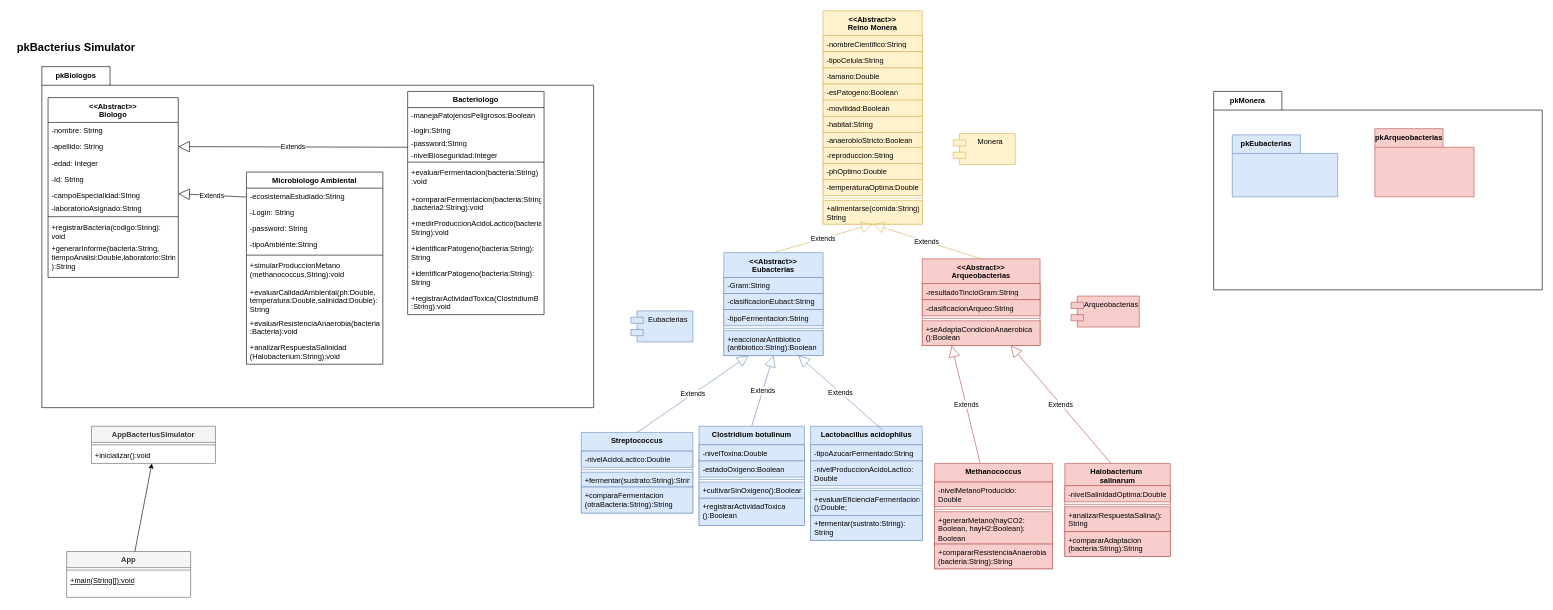
Above: Design/ClassDiagrama.drawio in C-b4s/GrupoCinco_ReinoMonera (draw.io), before the change. Source tidied: cells renumbered, new cells numbered last; positions are measured from the earlier drawing's top-left corner, leaving out a move shared by most shapes. Both pictures are drawn from the tidied source at 62%, with x=0, y=0 at pixel (11, 11).
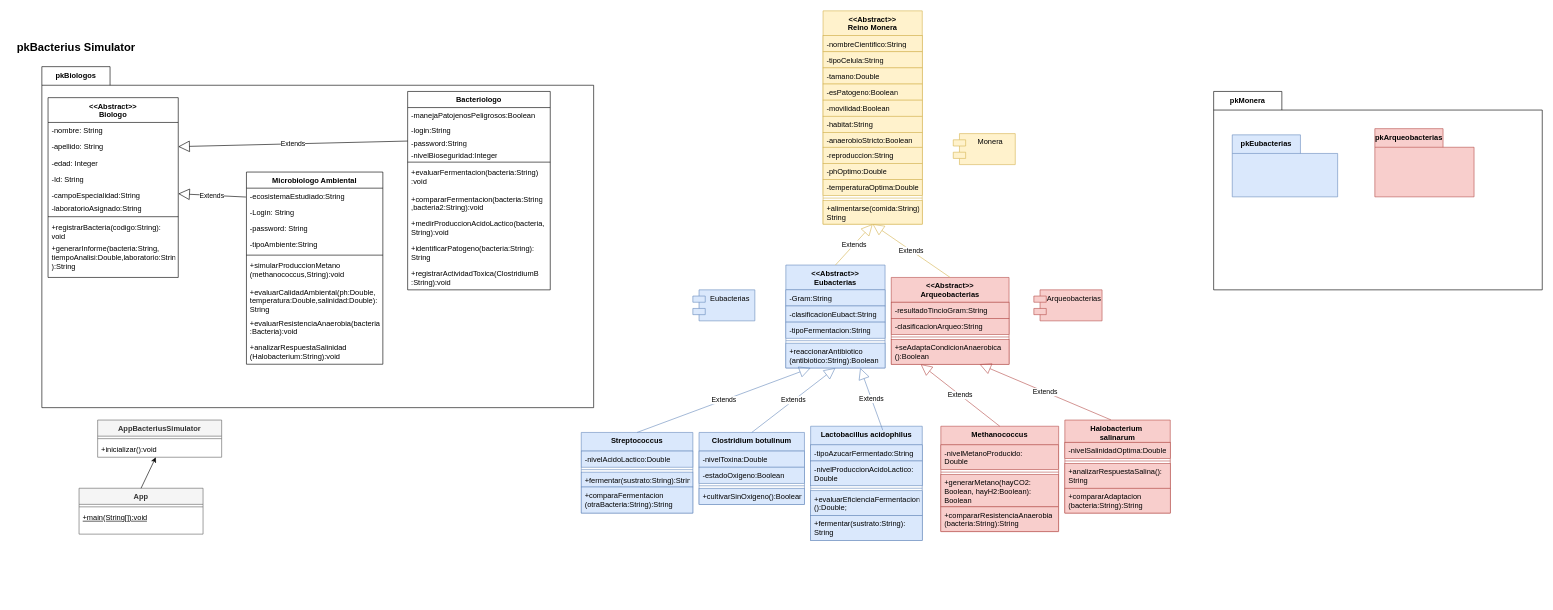
The same page after the edit.

Unchanged cells that the change refers to:
```xml
<mxCell id="2" value="pkBiologos" style="shape=folder;fontStyle=1;tabWidth=110;tabHeight=30;tabPosition=left;html=1;boundedLbl=1;labelInHeader=1;whiteSpace=wrap;" parent="1" vertex="1">
  <mxGeometry x="50" y="90" width="890" height="550" as="geometry" />
</mxCell>
<mxCell id="39" value="+inicializar():void" style="text;strokeColor=none;fillColor=none;align=left;verticalAlign=top;spacingLeft=4;spacingRight=4;overflow=hidden;points=[[0,0.5],[1,0.5]];portConstraint=eastwest;whiteSpace=wrap;html=1;" parent="37" vertex="1">
  <mxGeometry y="34" width="200" height="26" as="geometry" />
</mxCell>
```

What changed in the source:
```diff
@@
     <mxCell id="3" value="Bacteriologo" style="swimlane;fontStyle=1;align=center;verticalAlign=top;horizontal=1;startSize=26;whiteSpace=wrap;html=1;" parent="2" vertex="1">
-      <mxGeometry x="590" y="40" width="220" height="360" as="geometry" />
+      <mxGeometry x="590" y="40" width="230" height="320" as="geometry" />
     </mxCell>
     <mxCell id="4" value="-manejaPatojenosPeligrosos:Boolean&lt;div&gt;&lt;br&gt;&lt;/div&gt;" style="text;strokeColor=none;fillColor=none;align=left;verticalAlign=top;spacingLeft=4;spacingRight=4;overflow=hidden;whiteSpace=wrap;html=1;" parent="3" vertex="1">
-      <mxGeometry y="26" width="220" height="24" as="geometry" />
+      <mxGeometry y="26" width="230" height="24" as="geometry" />
     </mxCell>
     <mxCell id="5" value="&lt;span style=&quot;color: rgb(0, 0, 0);&quot;&gt;-login:String&lt;/span&gt;" style="text;strokeColor=none;fillColor=none;align=left;verticalAlign=top;spacingLeft=4;spacingRight=4;overflow=hidden;whiteSpace=wrap;html=1;" parent="3" vertex="1">
-      <mxGeometry y="50" width="220" height="20" as="geometry" />
+      <mxGeometry y="50" width="230" height="20" as="geometry" />
     </mxCell>
     <mxCell id="6" value="&lt;span style=&quot;color: rgb(0, 0, 0);&quot;&gt;-password:String&lt;/span&gt;" style="text;strokeColor=none;fillColor=none;align=left;verticalAlign=top;spacingLeft=4;spacingRight=4;overflow=hidden;whiteSpace=wrap;html=1;" parent="3" vertex="1">
-      <mxGeometry y="70" width="220" height="20" as="geometry" />
+      <mxGeometry y="70" width="230" height="20" as="geometry" />
     </mxCell>
     <mxCell id="7" value="&lt;span style=&quot;color: rgb(0, 0, 0);&quot;&gt;-nivelBioseguridad:Integer&lt;/span&gt;" style="text;strokeColor=none;fillColor=none;align=left;verticalAlign=top;spacingLeft=4;spacingRight=4;overflow=hidden;whiteSpace=wrap;html=1;" parent="3" vertex="1">
-      <mxGeometry y="90" width="220" height="20" as="geometry" />
+      <mxGeometry y="90" width="230" height="20" as="geometry" />
     </mxCell>
     <mxCell id="8" style="line;strokeWidth=1;fillColor=none;align=left;verticalAlign=middle;spacingTop=-1;spacingLeft=3;spacingRight=3;labelPosition=right;strokeColor=inherit;" parent="3" vertex="1">
-      <mxGeometry y="110" width="220" height="8" as="geometry" />
+      <mxGeometry y="110" width="230" height="8" as="geometry" />
     </mxCell>
     <mxCell id="9" value="+evaluarFermentacion(bacteria:String)&lt;br&gt;:void&lt;div&gt;&lt;/div&gt;" style="text;strokeColor=none;fillColor=none;align=left;verticalAlign=top;spacingLeft=4;spacingRight=4;overflow=hidden;whiteSpace=wrap;html=1;" parent="3" vertex="1">
-      <mxGeometry y="118" width="220" height="42" as="geometry" />
+      <mxGeometry y="118" width="230" height="42" as="geometry" />
     </mxCell>
     <mxCell id="10" value="+compararFermentacion(bacteria:String&lt;br&gt;,bacteria2:String):void" style="text;strokeColor=none;fillColor=none;align=left;verticalAlign=top;spacingLeft=4;spacingRight=4;overflow=hidden;whiteSpace=wrap;html=1;" parent="3" vertex="1">
-      <mxGeometry y="160" width="220" height="40" as="geometry" />
+      <mxGeometry y="160" width="230" height="40" as="geometry" />
     </mxCell>
     <mxCell id="11" value="+medirProduccionAcidoLactico(bacteria,&lt;br&gt;String):void" style="text;strokeColor=none;fillColor=none;align=left;verticalAlign=top;spacingLeft=4;spacingRight=4;overflow=hidden;whiteSpace=wrap;html=1;" parent="3" vertex="1">
-      <mxGeometry y="200" width="220" height="40" as="geometry" />
+      <mxGeometry y="200" width="230" height="40" as="geometry" />
     </mxCell>
     <mxCell id="12" value="+identificarPatogeno(bacteria:String):&lt;br&gt;String" style="text;strokeColor=none;fillColor=none;align=left;verticalAlign=top;spacingLeft=4;spacingRight=4;overflow=hidden;whiteSpace=wrap;html=1;" parent="3" vertex="1">
-      <mxGeometry y="240" width="220" height="40" as="geometry" />
+      <mxGeometry y="240" width="230" height="40" as="geometry" />
     </mxCell>
-    <mxCell id="13" value="+identificarPatogeno(bacteria:String):&lt;br&gt;String" style="text;strokeColor=none;fillColor=none;align=left;verticalAlign=top;spacingLeft=4;spacingRight=4;overflow=hidden;whiteSpace=wrap;html=1;" parent="3" vertex="1">
-      <mxGeometry y="280" width="220" height="40" as="geometry" />
-    </mxCell>
     <mxCell id="14" value="+registrarActividadToxica(ClostridiumB&lt;br&gt;:String):void" style="text;strokeColor=none;fillColor=none;align=left;verticalAlign=top;spacingLeft=4;spacingRight=4;overflow=hidden;whiteSpace=wrap;html=1;" parent="3" vertex="1">
-      <mxGeometry y="320" width="220" height="40" as="geometry" />
+      <mxGeometry y="280" width="230" height="40" as="geometry" />
     </mxCell>
@@
     <mxCell id="37" value="AppBacteriusSimulator" style="swimlane;fontStyle=1;align=center;verticalAlign=top;horizontal=1;startSize=26;whiteSpace=wrap;html=1;fillColor=#f5f5f5;fontColor=#333333;strokeColor=#666666;" parent="1" vertex="1">
-      <mxGeometry x="130" y="670" width="200" height="60" as="geometry" />
+      <mxGeometry x="140" y="660" width="200" height="60" as="geometry" />
     </mxCell>
@@
     <mxCell id="53" value="&amp;lt;&amp;lt;Abstract&amp;gt;&amp;gt;&lt;div&gt;Eubacterias&lt;/div&gt;" style="swimlane;fontStyle=1;align=center;verticalAlign=top;horizontal=1;startSize=40;whiteSpace=wrap;html=1;fillColor=#dae8fc;strokeColor=#6c8ebf;" parent="1" vertex="1">
-      <mxGeometry x="1150" y="390" width="160" height="166" as="geometry" />
+      <mxGeometry x="1250" y="410" width="160" height="166" as="geometry" />
     </mxCell>
@@
     <mxCell id="59" value="&amp;lt;&amp;lt;Abstract&amp;gt;&amp;gt;&lt;div&gt;Arqueobacterias&lt;/div&gt;" style="swimlane;fontStyle=1;align=center;verticalAlign=top;horizontal=1;startSize=40;whiteSpace=wrap;html=1;fillColor=#f8cecc;strokeColor=#b85450;" parent="1" vertex="1">
-      <mxGeometry x="1470" y="400" width="190" height="140" as="geometry" />
+      <mxGeometry x="1420" y="430" width="190" height="140" as="geometry" />
     </mxCell>
@@
-    <mxCell id="63" value="Extends" style="endArrow=block;endSize=16;endFill=0;html=1;entryX=0.25;entryY=1;entryDx=0;entryDy=0;fillColor=#f8cecc;strokeColor=#b85450;exitX=0.588;exitY=0.039;exitDx=0;exitDy=0;exitPerimeter=0;" parent="59" edge="1" target="59">
-      <mxGeometry relative="1" as="geometry">
-        <mxPoint x="93.6" y="330.6" as="sourcePoint" />
-      </mxGeometry>
-    </mxCell>
@@
     <mxCell id="70" value="Clostridium botulinum" style="swimlane;fontStyle=1;align=center;verticalAlign=top;horizontal=1;startSize=30;whiteSpace=wrap;html=1;fillColor=#dae8fc;strokeColor=#6c8ebf;" parent="1" vertex="1">
-      <mxGeometry x="1110" y="670" width="170" height="160" as="geometry" />
+      <mxGeometry x="1110" y="680" width="170" height="116" as="geometry" />
     </mxCell>
@@
-    <mxCell id="75" value="+registrarActividadToxica&lt;br&gt;():Boolean" style="text;strokeColor=#6c8ebf;fillColor=#dae8fc;align=left;verticalAlign=top;spacingLeft=4;spacingRight=4;overflow=hidden;whiteSpace=wrap;html=1;" parent="70" vertex="1">
-      <mxGeometry y="116" width="170" height="44" as="geometry" />
-    </mxCell>
@@
     <mxCell id="82" value="Methanococcus" style="swimlane;fontStyle=1;align=center;verticalAlign=top;horizontal=1;startSize=30;whiteSpace=wrap;html=1;fillColor=#f8cecc;strokeColor=#b85450;" parent="1" vertex="1">
-      <mxGeometry x="1490" y="730" width="190" height="170" as="geometry" />
+      <mxGeometry x="1500" y="670" width="190" height="170" as="geometry" />
     </mxCell>
@@
     <mxCell id="87" value="&lt;div&gt;&lt;font color=&quot;#000000&quot;&gt;Halobacterium&amp;nbsp;&lt;/font&gt;&lt;/div&gt;&lt;div&gt;&lt;font color=&quot;#000000&quot;&gt;salinarum&lt;/font&gt;&lt;/div&gt;" style="swimlane;fontStyle=1;align=center;verticalAlign=top;horizontal=1;startSize=36;whiteSpace=wrap;html=1;fillColor=#f8cecc;strokeColor=#b85450;" parent="1" vertex="1">
-      <mxGeometry x="1700" y="730" width="170" height="150" as="geometry" />
+      <mxGeometry x="1700" y="660" width="170" height="150" as="geometry" />
     </mxCell>
@@
     <mxCell id="99" value="Arqueobacterias" style="shape=module;align=left;spacingLeft=20;align=center;verticalAlign=top;whiteSpace=wrap;html=1;fillColor=#f8cecc;strokeColor=#b85450;" parent="1" vertex="1">
-      <mxGeometry x="1710" y="460" width="110" height="50" as="geometry" />
+      <mxGeometry x="1650" y="450" width="110" height="50" as="geometry" />
     </mxCell>
     <mxCell id="100" value="Eubacterias" style="shape=module;align=left;spacingLeft=20;align=center;verticalAlign=top;whiteSpace=wrap;html=1;fillColor=#dae8fc;strokeColor=#6c8ebf;" parent="1" vertex="1">
-      <mxGeometry x="1000" y="484" width="100" height="50" as="geometry" />
+      <mxGeometry x="1100" y="450" width="100" height="50" as="geometry" />
     </mxCell>
@@
     <mxCell id="102" value="App" style="swimlane;fontStyle=1;align=center;verticalAlign=top;horizontal=1;startSize=26;whiteSpace=wrap;html=1;fillColor=#f5f5f5;fontColor=#333333;strokeColor=#666666;" parent="1" vertex="1">
-      <mxGeometry x="90" y="872" width="200" height="74" as="geometry" />
+      <mxGeometry x="110" y="770" width="200" height="74" as="geometry" />
     </mxCell>
@@
-    <mxCell id="105" style="edgeStyle=none;html=1;" parent="1" edge="1" target="39">
-      <mxGeometry relative="1" as="geometry">
-        <mxPoint x="200" y="872" as="sourcePoint" />
-      </mxGeometry>
+    <mxCell id="105" style="edgeStyle=none;html=1;exitX=0.5;exitY=0;exitDx=0;exitDy=0;" parent="1" edge="1" source="102" target="39">
+      <mxGeometry relative="1" as="geometry" />
     </mxCell>
@@
+    <mxCell id="63" value="Extends" style="endArrow=block;endSize=16;endFill=0;html=1;entryX=0.25;entryY=1;entryDx=0;entryDy=0;fillColor=#f8cecc;strokeColor=#b85450;exitX=0.5;exitY=0;exitDx=0;exitDy=0;" parent="1" edge="1" source="82" target="59">
+      <mxGeometry relative="1" as="geometry" />
+    </mxCell>
```
